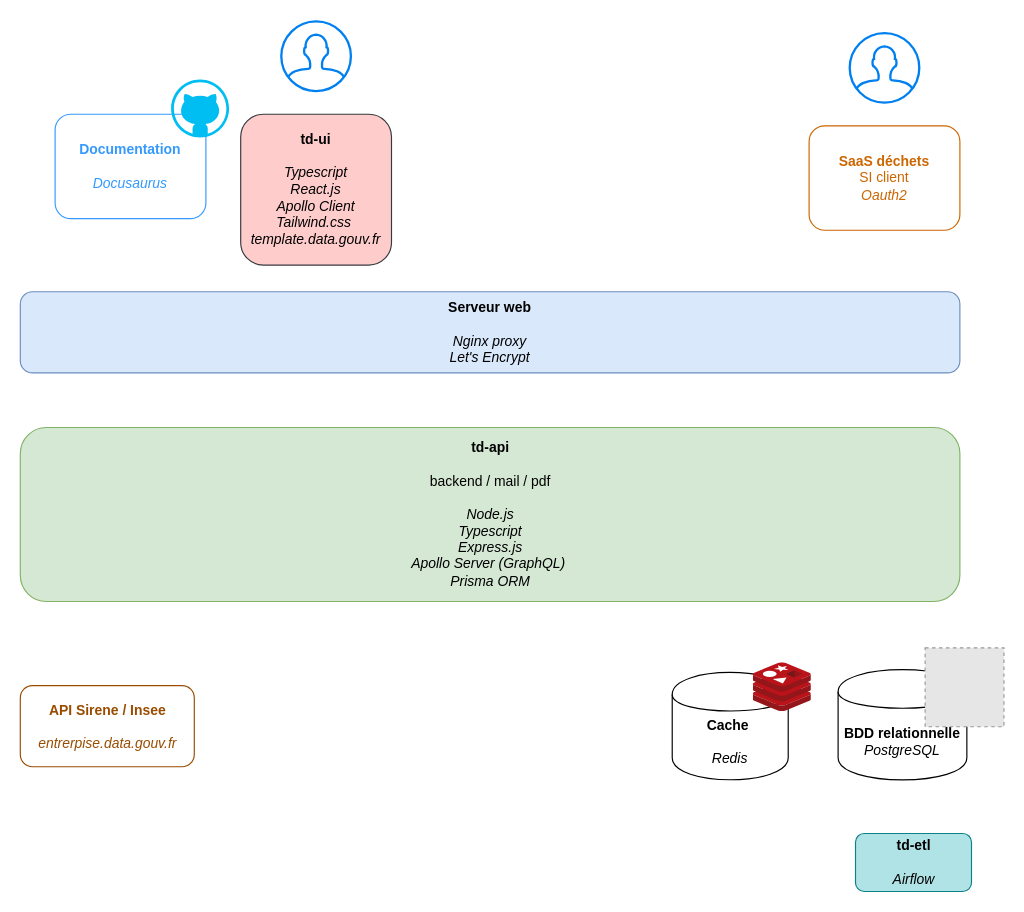
The draw.io diagram stack.drawio in MTES-MCT/trackdechets, before the edit. Source tidied: cells renumbered, new cells numbered last; positions are measured from the earlier drawing's top-left corner, leaving out a move shared by most shapes. Both pictures are drawn from the tidied source at 116%, with x=0, y=0 at pixel (20, 21). Pictures stored in the file or linked from it are replaced by grey dashed boxes.
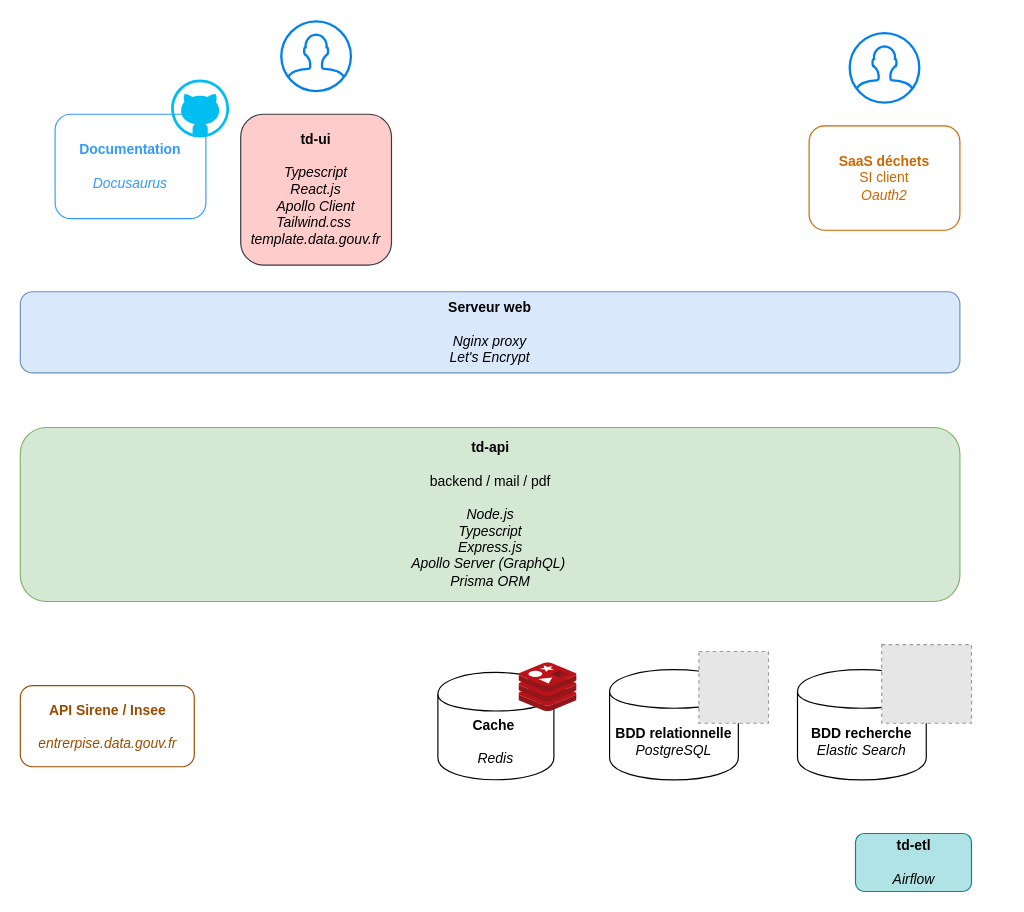
Above is the later version.

Diff of the diagram source:
```diff
@@
 <mxGraphModel>
   <root>
     <mxCell id="0" />
     <mxCell id="1" parent="0" />
     <mxCell id="2" value="&lt;b&gt;Serveur web&lt;/b&gt;&lt;br&gt;&lt;br&gt;&lt;i&gt;Nginx proxy&lt;br&gt;Let's Encrypt&lt;br&gt;&lt;/i&gt;" style="rounded=1;whiteSpace=wrap;html=1;fillColor=#dae8fc;strokeColor=#6c8ebf;" parent="1" vertex="1">
       <mxGeometry y="233" width="810" height="70" as="geometry" />
     </mxCell>
     <mxCell id="3" value="&lt;b&gt;td-ui&lt;/b&gt;&lt;br&gt;&lt;br&gt;&lt;i&gt;Typescript&lt;br&gt;React.js&lt;br&gt;Apollo Client&lt;br&gt;Tailwind.css&amp;nbsp;&lt;br&gt;template.data.gouv.fr&lt;br&gt;&lt;/i&gt;" style="rounded=1;whiteSpace=wrap;html=1;strokeColor=#36393d;fillColor=#ffcccc;" parent="1" vertex="1">
       <mxGeometry x="190" y="80" width="130" height="130" as="geometry" />
     </mxCell>
     <mxCell id="4" value="&lt;font color=&quot;#CC6600&quot;&gt;&lt;b&gt;SaaS déchets &lt;/b&gt;&lt;br&gt;&lt;/font&gt;&lt;div&gt;&lt;font color=&quot;#CC6600&quot;&gt;SI client&lt;i&gt;&lt;br&gt;&lt;/i&gt;&lt;/font&gt;&lt;/div&gt;&lt;div&gt;&lt;font color=&quot;#CC6600&quot;&gt;&lt;i&gt;Oauth2&lt;/i&gt;&lt;/font&gt;&lt;br&gt;&lt;/div&gt;" style="rounded=1;whiteSpace=wrap;html=1;strokeColor=#CC6600;" parent="1" vertex="1">
       <mxGeometry x="680" y="90" width="130" height="90" as="geometry" />
     </mxCell>
     <mxCell id="5" value="&lt;b&gt;BDD relationnelle&lt;/b&gt;&lt;br&gt;&lt;i&gt;PostgreSQL&lt;/i&gt;" style="shape=cylinder;whiteSpace=wrap;html=1;boundedLbl=1;backgroundOutline=1;" parent="1" vertex="1">
-      <mxGeometry x="705" y="558.8" width="111" height="95" as="geometry" />
+      <mxGeometry x="508" y="558.8" width="111" height="95" as="geometry" />
     </mxCell>
     <mxCell id="6" value="&lt;b&gt;Cache&amp;nbsp;&lt;/b&gt;&lt;br&gt;&lt;br&gt;&lt;i&gt;Redis&lt;/i&gt;" style="shape=cylinder;whiteSpace=wrap;html=1;boundedLbl=1;backgroundOutline=1;" parent="1" vertex="1">
-      <mxGeometry x="562" y="561.2" width="100" height="92.5" as="geometry" />
+      <mxGeometry x="360" y="561.2" width="100" height="92.5" as="geometry" />
     </mxCell>
     <mxCell id="7" value="&lt;div&gt;&lt;b&gt;&lt;span&gt;td-api&lt;/span&gt;&lt;/b&gt;&lt;/div&gt;&lt;div&gt;&lt;b&gt;&lt;span&gt;&lt;br&gt;&lt;/span&gt;&lt;/b&gt;&lt;/div&gt;&lt;div&gt;&lt;span&gt;backend / mail / pdf &lt;/span&gt;&lt;b&gt;&lt;span&gt;&lt;br&gt;&lt;/span&gt;&lt;/b&gt;&lt;/div&gt;&lt;i&gt;&lt;br&gt;Node.js&lt;br&gt;Typescript&lt;br&gt;Express.js&lt;br&gt;Apollo Server (GraphQL)&amp;nbsp;&lt;br&gt;Prisma ORM&lt;/i&gt;" style="html=1;dashed=0;whitespace=wrap;fillColor=#d5e8d4;strokeColor=#82b366;rounded=1;" parent="1" vertex="1">
       <mxGeometry y="350" width="810" height="150" as="geometry" />
     </mxCell>
     <mxCell id="8" value="&lt;font color=&quot;#3399FF&quot;&gt;&lt;b&gt;Documentation&lt;/b&gt;&lt;br&gt;&lt;br&gt;&lt;i&gt;Docusaurus&lt;br&gt;&lt;/i&gt;&lt;/font&gt;" style="rounded=1;whiteSpace=wrap;html=1;strokeColor=#3399FF;" parent="1" vertex="1">
       <mxGeometry x="30" y="80" width="130" height="90" as="geometry" />
     </mxCell>
     <mxCell id="9" value="&lt;b&gt;td-etl&lt;/b&gt;&lt;br&gt;&lt;br&gt;&lt;i&gt;Airflow&lt;/i&gt;" style="html=1;dashed=0;whitespace=wrap;rounded=1;fillColor=#b0e3e6;strokeColor=#0e8088;" parent="1" vertex="1">
       <mxGeometry x="720" y="700" width="100" height="50" as="geometry" />
     </mxCell>
     <mxCell id="10" value="&lt;font color=&quot;#994C00&quot;&gt;&lt;b&gt;API Sirene / Insee&lt;/b&gt;&lt;br&gt;&lt;br&gt;&lt;i&gt;entrerpise.data.gouv.fr&lt;/i&gt;&lt;/font&gt;" style="html=1;dashed=0;whitespace=wrap;rounded=1;fillColor=none;strokeColor=#994C00;" parent="1" vertex="1">
       <mxGeometry y="572.5" width="150" height="70" as="geometry" />
     </mxCell>
     <mxCell id="11" style="html=1;verticalLabelPosition=bottom;align=center;labelBackgroundColor=#ffffff;verticalAlign=top;strokeWidth=2;strokeColor=#0080F0;shadow=0;dashed=0;shape=mxgraph.ios7.icons.user;" parent="1" vertex="1">
       <mxGeometry x="225" width="60" height="60" as="geometry" />
     </mxCell>
     <mxCell id="12" style="verticalLabelPosition=bottom;html=1;verticalAlign=top;align=center;strokeColor=none;fillColor=#00BEF2;shape=mxgraph.azure.github_code;" parent="1" vertex="1">
       <mxGeometry x="130" y="50" width="50" height="50" as="geometry" />
     </mxCell>
-    <mxCell id="13" style="fillColor=#E6E6E6;strokeColor=#999999;dashed=1;html=1;verticalAlign=top;verticalLabelPosition=bottom;labelBackgroundColor=#ffffff;" parent="1" vertex="1">
-      <mxGeometry x="780" y="540" width="68" height="68" as="geometry" />
-    </mxCell>
     <mxCell id="14" style="html=1;align=center;image;fontSize=12;image=img/lib/mscae/Cache_Redis_Product.svg;rounded=1;strokeColor=#CC6600;" parent="1" vertex="1">
-      <mxGeometry x="632" y="553" width="50" height="42" as="geometry" />
+      <mxGeometry x="430" y="553" width="50" height="42" as="geometry" />
     </mxCell>
     <mxCell id="15" style="html=1;verticalLabelPosition=bottom;align=center;labelBackgroundColor=#ffffff;verticalAlign=top;strokeWidth=2;strokeColor=#0080F0;shadow=0;dashed=0;shape=mxgraph.ios7.icons.user;" parent="1" vertex="1">
       <mxGeometry x="715" y="10" width="60" height="60" as="geometry" />
     </mxCell>
+    <mxCell id="16" style="fillColor=#E6E6E6;strokeColor=#999999;dashed=1;verticalLabelPosition=bottom;labelBackgroundColor=#ffffff;verticalAlign=top;" parent="1" vertex="1">
+      <mxGeometry x="585" y="543.1" width="60" height="61.9" as="geometry" />
+    </mxCell>
+    <mxCell id="17" value="&lt;b&gt;BDD recherche&lt;/b&gt;&lt;br&gt;&lt;i&gt;Elastic Search&lt;/i&gt;" style="shape=cylinder;whiteSpace=wrap;html=1;boundedLbl=1;backgroundOutline=1;" parent="1" vertex="1">
+      <mxGeometry x="670" y="558.8" width="111" height="95" as="geometry" />
+    </mxCell>
+    <mxCell id="18" style="fillColor=#E6E6E6;strokeColor=#999999;dashed=1;verticalLabelPosition=bottom;labelBackgroundColor=#ffffff;verticalAlign=top;" parent="1" vertex="1">
+      <mxGeometry x="742.6" y="537.2" width="77.4" height="67.8" as="geometry" />
+    </mxCell>
   </root>
 </mxGraphModel>
```
